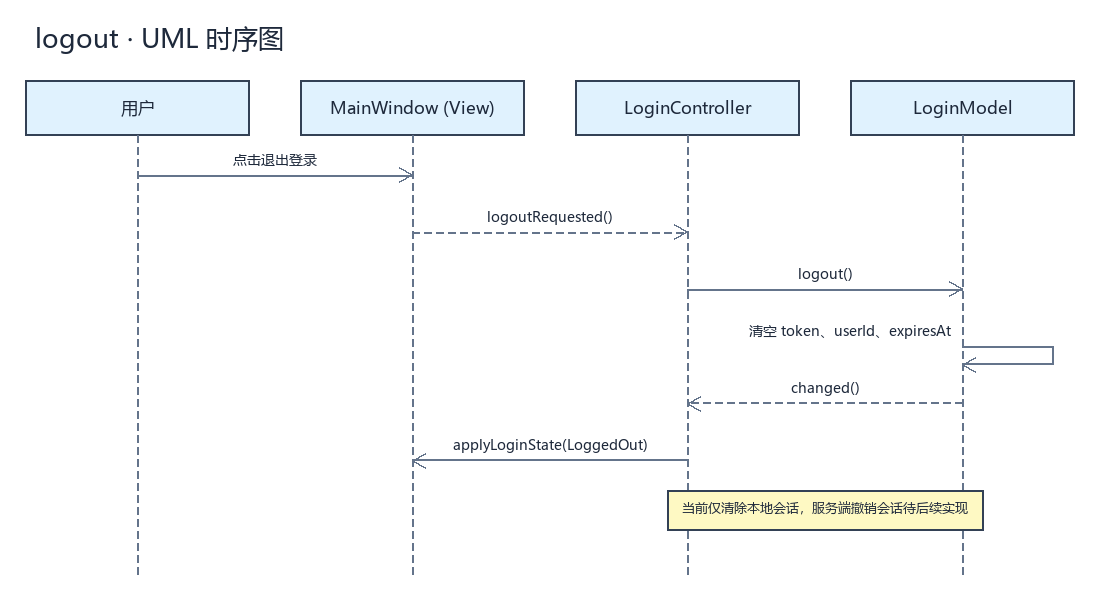
This is docs/uml/sequences/logout.png from kingsman-svg/OBS, a Mermaid export, as it was before one commit. Its source is kept beside it as docs/uml/sequences/logout.mmd. The source it was exported from:
```mermaid
sequenceDiagram
actor U as 用户
participant V as MainWindow (View)
participant C as LoginController
participant M as LoginModel
U->>V: 点击退出登录
V-->>C: logoutRequested()
C->>M: logout()
M->>M: 清空 token、userId、expiresAt
M-->>C: changed()
C->>V: applyLoginState(LoggedOut)
Note over C,M: 当前仅清除本地会话，服务端撤销会话待后续实现
```
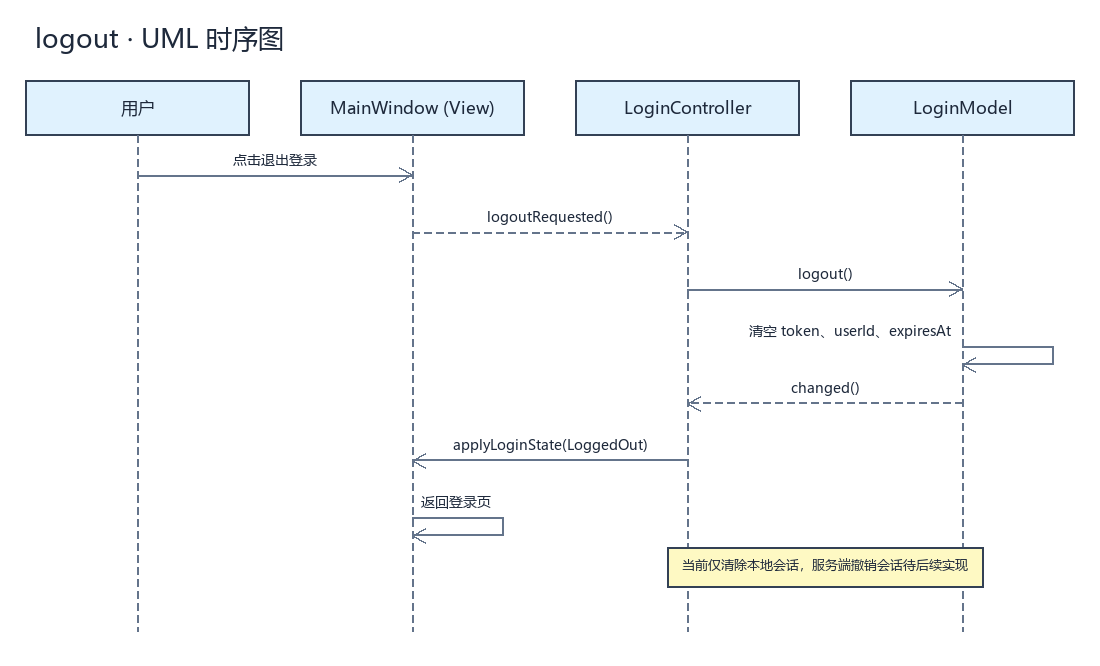
After the change.

Diff of the diagram source:
```diff
@@ -9,4 +9,5 @@
 M->>M: 清空 token、userId、expiresAt
 M-->>C: changed()
 C->>V: applyLoginState(LoggedOut)
+V->>V: 返回登录页
 Note over C,M: 当前仅清除本地会话，服务端撤销会话待后续实现
```
